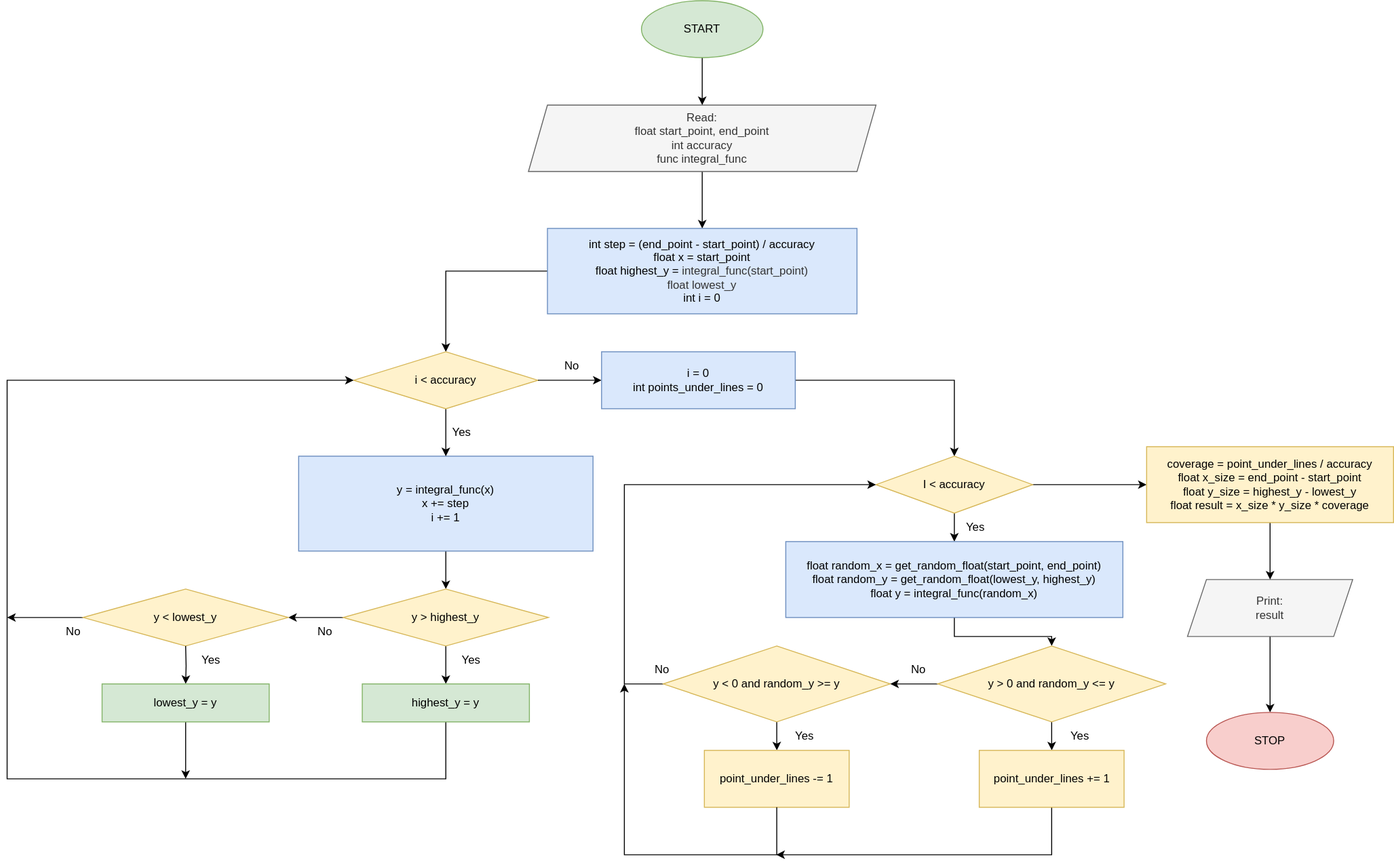
Above: monte_carlo.drawio.svg in Buczek05/Algorytmy_i_struktury_danych_projekt_1 (draw.io), before the change. Source tidied: cells renumbered, new cells last; positions are measured from the earlier drawing's top-left corner, leaving out a move shared by most shapes. Source of this version:
```xml
<mxGraphModel>
  <root>
    <mxCell id="0" />
    <mxCell id="1" parent="0" />
    <mxCell id="2" style="edgeStyle=orthogonalEdgeStyle;rounded=0;jettySize=auto;html=1;" parent="1" edge="1" source="3" target="5">
      <mxGeometry relative="1" as="geometry" />
    </mxCell>
    <mxCell id="3" value="Read:&lt;div&gt;float start_point, end_point&lt;/div&gt;&lt;div&gt;int accuracy&lt;/div&gt;&lt;div&gt;func integral_func&lt;/div&gt;" style="shape=parallelogram;perimeter=parallelogramPerimeter;whiteSpace=wrap;html=1;fixedSize=1;fillColor=#f5f5f5;fontColor=#333333;strokeColor=#666666;" parent="1" vertex="1">
      <mxGeometry x="549" y="110" width="366" height="70" as="geometry" />
    </mxCell>
    <mxCell id="4" style="edgeStyle=orthogonalEdgeStyle;rounded=0;jettySize=auto;html=1;" parent="1" edge="1" source="5" target="9">
      <mxGeometry relative="1" as="geometry" />
    </mxCell>
    <mxCell id="5" value="int step = (end_point - start_point) / accuracy&lt;div&gt;float x = start_point&lt;/div&gt;&lt;div&gt;float highest_y = &lt;span style=&quot;caret-color: rgb(51, 51, 51); color: rgb(51, 51, 51);&quot;&gt;integral_func(start_point)&lt;/span&gt;&lt;/div&gt;&lt;div&gt;&lt;span style=&quot;caret-color: rgb(51, 51, 51); color: rgb(51, 51, 51);&quot;&gt;float lowest_y&lt;/span&gt;&lt;/div&gt;&lt;div&gt;int i = 0&lt;/div&gt;" style="rounded=0;whiteSpace=wrap;html=1;fillColor=#dae8fc;strokeColor=#6c8ebf;" parent="1" vertex="1">
      <mxGeometry x="569" y="240" width="326" height="90" as="geometry" />
    </mxCell>
    <mxCell id="6" style="edgeStyle=orthogonalEdgeStyle;rounded=0;jettySize=auto;html=1;" parent="1" edge="1" source="7" target="19">
      <mxGeometry relative="1" as="geometry" />
    </mxCell>
    <mxCell id="7" value="y = integral_func(x)&lt;div&gt;&lt;div&gt;&lt;div&gt;x += step&lt;/div&gt;&lt;div&gt;i += 1&lt;/div&gt;&lt;/div&gt;&lt;/div&gt;" style="rounded=0;whiteSpace=wrap;html=1;fillColor=#dae8fc;strokeColor=#6c8ebf;" parent="1" vertex="1">
      <mxGeometry x="307" y="480" width="310" height="100" as="geometry" />
    </mxCell>
    <mxCell id="8" style="edgeStyle=orthogonalEdgeStyle;rounded=0;jettySize=auto;html=1;" parent="1" edge="1" source="9" target="7">
      <mxGeometry relative="1" as="geometry" />
    </mxCell>
    <mxCell id="9" value="i &amp;lt; accuracy" style="rhombus;whiteSpace=wrap;html=1;fillColor=#fff2cc;strokeColor=#d6b656;" parent="1" vertex="1">
      <mxGeometry x="365" y="370" width="194" height="60" as="geometry" />
    </mxCell>
    <mxCell id="10" value="Yes" style="text;html=1;align=center;verticalAlign=middle;whiteSpace=wrap;rounded=0;" parent="1" vertex="1">
      <mxGeometry x="449" y="440" width="60" height="30" as="geometry" />
    </mxCell>
    <mxCell id="11" style="edgeStyle=orthogonalEdgeStyle;rounded=0;jettySize=auto;html=1;" parent="1" edge="1" source="12" target="13">
      <mxGeometry relative="1" as="geometry" />
    </mxCell>
    <mxCell id="12" value="Print:&lt;div&gt;result&lt;/div&gt;" style="shape=parallelogram;perimeter=parallelogramPerimeter;whiteSpace=wrap;html=1;fixedSize=1;fillColor=#f5f5f5;fontColor=#333333;strokeColor=#666666;" parent="1" vertex="1">
      <mxGeometry x="1243" y="610" width="174" height="60" as="geometry" />
    </mxCell>
    <mxCell id="13" value="STOP" style="ellipse;whiteSpace=wrap;html=1;fillColor=#f8cecc;strokeColor=#b85450;" parent="1" vertex="1">
      <mxGeometry x="1263" y="750" width="134" height="60" as="geometry" />
    </mxCell>
    <mxCell id="14" value="No" style="text;html=1;align=center;verticalAlign=middle;whiteSpace=wrap;rounded=0;" parent="1" vertex="1">
      <mxGeometry x="565" y="370" width="60" height="30" as="geometry" />
    </mxCell>
    <mxCell id="15" style="edgeStyle=orthogonalEdgeStyle;rounded=0;jettySize=auto;html=1;" parent="1" edge="1" source="16" target="3">
      <mxGeometry relative="1" as="geometry" />
    </mxCell>
    <mxCell id="16" value="START" style="ellipse;whiteSpace=wrap;html=1;fillColor=#d5e8d4;strokeColor=#82b366;" parent="1" vertex="1">
      <mxGeometry x="668" width="128" height="60" as="geometry" />
    </mxCell>
    <mxCell id="17" style="edgeStyle=orthogonalEdgeStyle;rounded=0;jettySize=auto;html=1;" parent="1" edge="1" source="19" target="21">
      <mxGeometry relative="1" as="geometry" />
    </mxCell>
    <mxCell id="18" style="edgeStyle=orthogonalEdgeStyle;rounded=0;jettySize=auto;html=1;" parent="1" edge="1" source="19" target="25">
      <mxGeometry relative="1" as="geometry" />
    </mxCell>
    <mxCell id="19" value="y &amp;gt; highest_y" style="rhombus;whiteSpace=wrap;html=1;fillColor=#fff2cc;strokeColor=#d6b656;rounded=0;" parent="1" vertex="1">
      <mxGeometry x="354" y="620" width="216" height="60" as="geometry" />
    </mxCell>
    <mxCell id="20" style="edgeStyle=orthogonalEdgeStyle;rounded=0;jettySize=auto;html=1;exitX=0.5;exitY=1;exitDx=0;exitDy=0;entryX=0;entryY=0.5;entryDx=0;entryDy=0;" parent="1" edge="1" source="21" target="9">
      <mxGeometry relative="1" as="geometry">
        <Array as="points">
          <mxPoint x="462" y="820" />
          <mxPoint y="820" />
          <mxPoint y="400" />
        </Array>
      </mxGeometry>
    </mxCell>
    <mxCell id="21" value="highest_y = y" style="whiteSpace=wrap;html=1;fillColor=#d5e8d4;strokeColor=#82b366;rounded=0;" parent="1" vertex="1">
      <mxGeometry x="374" y="720" width="176" height="40" as="geometry" />
    </mxCell>
    <mxCell id="22" value="Yes" style="text;html=1;align=center;verticalAlign=middle;whiteSpace=wrap;rounded=0;" parent="1" vertex="1">
      <mxGeometry x="459" y="680" width="60" height="30" as="geometry" />
    </mxCell>
    <mxCell id="23" value="No" style="text;html=1;align=center;verticalAlign=middle;whiteSpace=wrap;rounded=0;" parent="1" vertex="1">
      <mxGeometry x="305" y="650" width="60" height="30" as="geometry" />
    </mxCell>
    <mxCell id="24" style="edgeStyle=orthogonalEdgeStyle;rounded=0;jettySize=auto;html=1;" parent="1" edge="1" source="25">
      <mxGeometry relative="1" as="geometry">
        <mxPoint y="650" as="targetPoint" />
      </mxGeometry>
    </mxCell>
    <mxCell id="25" value="y &amp;lt; lowest_y" style="rhombus;whiteSpace=wrap;html=1;fillColor=#fff2cc;strokeColor=#d6b656;rounded=0;" parent="1" vertex="1">
      <mxGeometry x="80" y="620" width="216" height="60" as="geometry" />
    </mxCell>
    <mxCell id="26" style="edgeStyle=orthogonalEdgeStyle;rounded=0;jettySize=auto;html=1;" parent="1" edge="1" target="28">
      <mxGeometry relative="1" as="geometry">
        <mxPoint x="188" y="680" as="sourcePoint" />
      </mxGeometry>
    </mxCell>
    <mxCell id="27" style="edgeStyle=orthogonalEdgeStyle;rounded=0;jettySize=auto;html=1;" parent="1" edge="1" source="28">
      <mxGeometry relative="1" as="geometry">
        <mxPoint x="188" y="820" as="targetPoint" />
      </mxGeometry>
    </mxCell>
    <mxCell id="28" value="lowest_y = y" style="whiteSpace=wrap;html=1;fillColor=#d5e8d4;strokeColor=#82b366;rounded=0;" parent="1" vertex="1">
      <mxGeometry x="100" y="720" width="176" height="40" as="geometry" />
    </mxCell>
    <mxCell id="29" value="Yes" style="text;html=1;align=center;verticalAlign=middle;whiteSpace=wrap;rounded=0;" parent="1" vertex="1">
      <mxGeometry x="185" y="680" width="60" height="30" as="geometry" />
    </mxCell>
    <mxCell id="30" value="No" style="text;html=1;align=center;verticalAlign=middle;whiteSpace=wrap;rounded=0;" parent="1" vertex="1">
      <mxGeometry x="40" y="650" width="60" height="30" as="geometry" />
    </mxCell>
    <mxCell id="31" style="edgeStyle=orthogonalEdgeStyle;rounded=0;jettySize=auto;html=1;" parent="1" edge="1" source="9" target="33">
      <mxGeometry relative="1" as="geometry" />
    </mxCell>
    <mxCell id="32" style="edgeStyle=orthogonalEdgeStyle;rounded=0;jettySize=auto;html=1;" parent="1" edge="1" source="33" target="36">
      <mxGeometry relative="1" as="geometry" />
    </mxCell>
    <mxCell id="33" value="i = 0&lt;div&gt;int points_under_lines = 0&lt;/div&gt;" style="rounded=0;whiteSpace=wrap;html=1;fillColor=#dae8fc;strokeColor=#6c8ebf;" parent="1" vertex="1">
      <mxGeometry x="626" y="370" width="204" height="60" as="geometry" />
    </mxCell>
    <mxCell id="34" style="edgeStyle=orthogonalEdgeStyle;rounded=0;jettySize=auto;html=1;" parent="1" edge="1" source="36" target="38">
      <mxGeometry relative="1" as="geometry" />
    </mxCell>
    <mxCell id="35" style="edgeStyle=orthogonalEdgeStyle;rounded=0;jettySize=auto;html=1;" parent="1" edge="1" source="36" target="55">
      <mxGeometry relative="1" as="geometry" />
    </mxCell>
    <mxCell id="36" value="I &amp;lt; accuracy" style="rhombus;whiteSpace=wrap;html=1;rounded=0;fillColor=#fff2cc;strokeColor=#d6b656;" parent="1" vertex="1">
      <mxGeometry x="915" y="480" width="165" height="60" as="geometry" />
    </mxCell>
    <mxCell id="37" style="edgeStyle=orthogonalEdgeStyle;rounded=0;jettySize=auto;html=1;entryX=0.5;entryY=0;entryDx=0;entryDy=0;" parent="1" edge="1" source="38" target="45">
      <mxGeometry relative="1" as="geometry" />
    </mxCell>
    <mxCell id="38" value="float random_x = get_random_float(start_point, end_point)&lt;div&gt;float random_y = get_random_float(lowest_y, highest_y)&lt;/div&gt;&lt;div&gt;float y = integral_func(random_x)&lt;/div&gt;" style="whiteSpace=wrap;html=1;fillColor=#dae8fc;strokeColor=#6c8ebf;rounded=0;" parent="1" vertex="1">
      <mxGeometry x="820" y="570" width="355" height="80" as="geometry" />
    </mxCell>
    <mxCell id="39" style="edgeStyle=orthogonalEdgeStyle;rounded=0;jettySize=auto;html=1;" parent="1" edge="1" source="41" target="42">
      <mxGeometry relative="1" as="geometry" />
    </mxCell>
    <mxCell id="40" style="edgeStyle=orthogonalEdgeStyle;rounded=0;jettySize=auto;html=1;exitX=0;exitY=0.5;exitDx=0;exitDy=0;entryX=0;entryY=0.5;entryDx=0;entryDy=0;" parent="1" edge="1" source="41" target="36">
      <mxGeometry relative="1" as="geometry">
        <Array as="points">
          <mxPoint x="650" y="720" />
          <mxPoint x="650" y="510" />
        </Array>
      </mxGeometry>
    </mxCell>
    <mxCell id="41" value="y &amp;lt; 0 and random_y &amp;gt;= y" style="rhombus;whiteSpace=wrap;html=1;fillColor=#fff2cc;strokeColor=#d6b656;rounded=0;" parent="1" vertex="1">
      <mxGeometry x="691" y="680" width="239" height="80" as="geometry" />
    </mxCell>
    <mxCell id="42" value="point_under_lines -= 1" style="whiteSpace=wrap;html=1;fillColor=#fff2cc;strokeColor=#d6b656;rounded=0;" parent="1" vertex="1">
      <mxGeometry x="734.2" y="790" width="152.5" height="60" as="geometry" />
    </mxCell>
    <mxCell id="43" style="edgeStyle=orthogonalEdgeStyle;rounded=0;jettySize=auto;html=1;" parent="1" edge="1" source="45" target="47">
      <mxGeometry relative="1" as="geometry" />
    </mxCell>
    <mxCell id="44" style="edgeStyle=orthogonalEdgeStyle;rounded=0;jettySize=auto;html=1;" parent="1" edge="1" source="45" target="41">
      <mxGeometry relative="1" as="geometry" />
    </mxCell>
    <mxCell id="45" value="y &amp;gt; 0 and random_y &amp;lt;= y" style="rhombus;whiteSpace=wrap;html=1;fillColor=#fff2cc;strokeColor=#d6b656;rounded=0;" parent="1" vertex="1">
      <mxGeometry x="980" y="680" width="240" height="80" as="geometry" />
    </mxCell>
    <mxCell id="46" style="edgeStyle=orthogonalEdgeStyle;rounded=0;jettySize=auto;html=1;exitX=0.5;exitY=1;exitDx=0;exitDy=0;" parent="1" edge="1" source="47">
      <mxGeometry relative="1" as="geometry">
        <mxPoint x="810" y="900" as="targetPoint" />
        <Array as="points">
          <mxPoint x="1100" y="900" />
        </Array>
      </mxGeometry>
    </mxCell>
    <mxCell id="47" value="point_under_lines += 1" style="whiteSpace=wrap;html=1;fillColor=#fff2cc;strokeColor=#d6b656;rounded=0;" parent="1" vertex="1">
      <mxGeometry x="1023.8" y="790" width="152.5" height="60" as="geometry" />
    </mxCell>
    <mxCell id="48" value="Yes" style="text;html=1;align=center;verticalAlign=middle;whiteSpace=wrap;rounded=0;" parent="1" vertex="1">
      <mxGeometry x="810" y="760" width="60" height="30" as="geometry" />
    </mxCell>
    <mxCell id="49" value="Yes" style="text;html=1;align=center;verticalAlign=middle;whiteSpace=wrap;rounded=0;" parent="1" vertex="1">
      <mxGeometry x="1100" y="760" width="60" height="30" as="geometry" />
    </mxCell>
    <mxCell id="50" value="No" style="text;html=1;align=center;verticalAlign=middle;whiteSpace=wrap;rounded=0;" parent="1" vertex="1">
      <mxGeometry x="930" y="690" width="60" height="30" as="geometry" />
    </mxCell>
    <mxCell id="51" value="No" style="text;html=1;align=center;verticalAlign=middle;whiteSpace=wrap;rounded=0;" parent="1" vertex="1">
      <mxGeometry x="660" y="690" width="60" height="30" as="geometry" />
    </mxCell>
    <mxCell id="52" style="edgeStyle=orthogonalEdgeStyle;rounded=0;jettySize=auto;html=1;exitX=0.5;exitY=1;exitDx=0;exitDy=0;" parent="1" edge="1" source="42">
      <mxGeometry relative="1" as="geometry">
        <mxPoint x="650" y="720" as="targetPoint" />
        <Array as="points">
          <mxPoint x="811" y="900" />
          <mxPoint x="650" y="900" />
        </Array>
      </mxGeometry>
    </mxCell>
    <mxCell id="53" value="Yes" style="text;html=1;align=center;verticalAlign=middle;whiteSpace=wrap;rounded=0;" parent="1" vertex="1">
      <mxGeometry x="990" y="540" width="60" height="30" as="geometry" />
    </mxCell>
    <mxCell id="54" style="edgeStyle=orthogonalEdgeStyle;rounded=0;jettySize=auto;html=1;" parent="1" edge="1" source="55" target="12">
      <mxGeometry relative="1" as="geometry" />
    </mxCell>
    <mxCell id="55" value="coverage = point_under_lines / accuracy&lt;div&gt;float x_size = end_point - start_point&lt;/div&gt;&lt;div&gt;float y_size = highest_y - lowest_y&lt;/div&gt;&lt;div&gt;float result = x_size * y_size * coverage&lt;/div&gt;" style="whiteSpace=wrap;html=1;fillColor=#fff2cc;strokeColor=#d6b656;rounded=0;" parent="1" vertex="1">
      <mxGeometry x="1200" y="470" width="260" height="80" as="geometry" />
    </mxCell>
  </root>
</mxGraphModel>
```
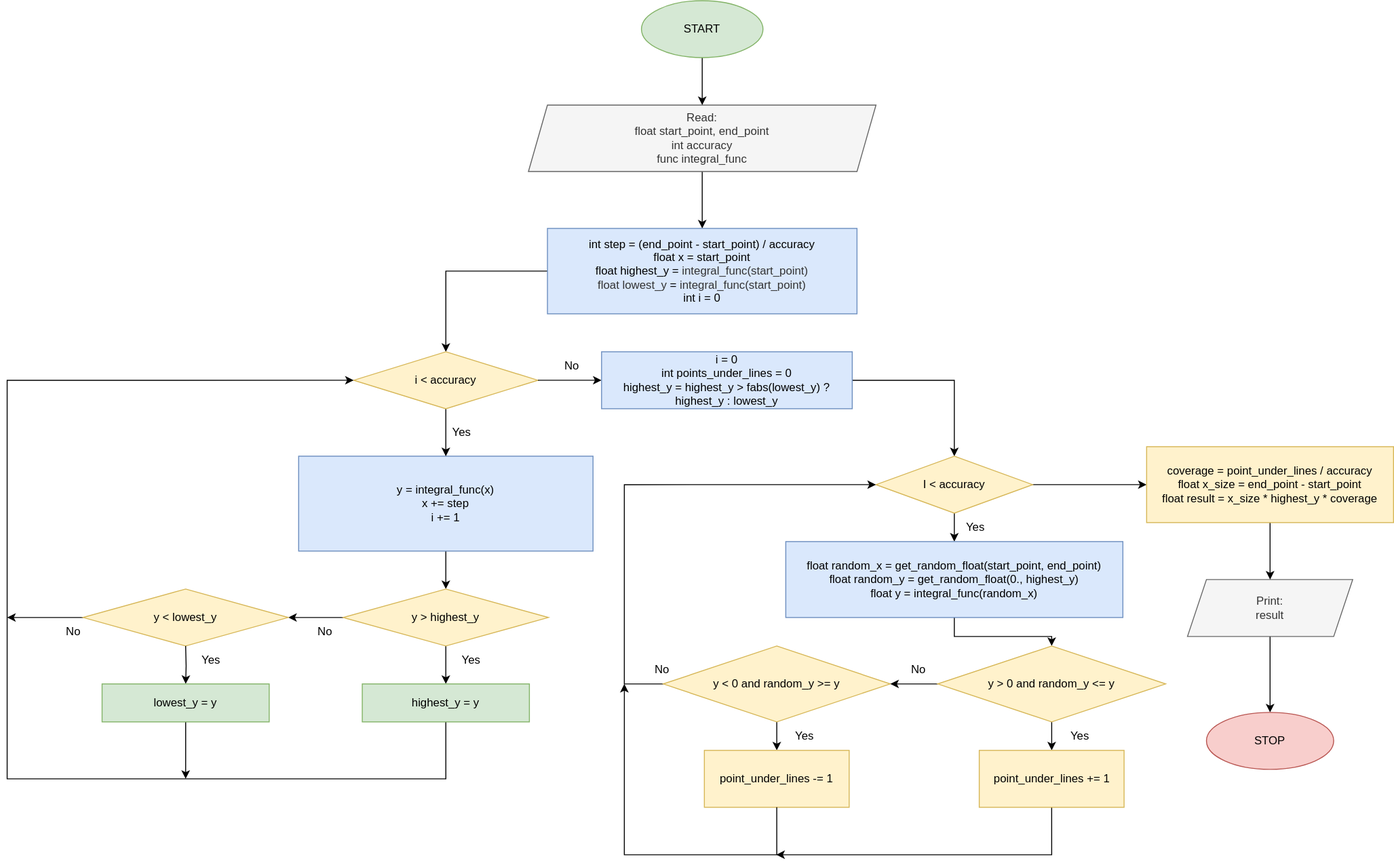
After the change.

Commit message:
fix Monte Carlo diagram.drawio.svg

Diff of the diagram source:
```diff
@@ -11,7 +11,7 @@
     <mxCell id="4" style="edgeStyle=orthogonalEdgeStyle;rounded=0;jettySize=auto;html=1;" parent="1" edge="1" source="5" target="9">
       <mxGeometry relative="1" as="geometry" />
     </mxCell>
-    <mxCell id="5" value="int step = (end_point - start_point) / accuracy&lt;div&gt;float x = start_point&lt;/div&gt;&lt;div&gt;float highest_y = &lt;span style=&quot;caret-color: rgb(51, 51, 51); color: rgb(51, 51, 51);&quot;&gt;integral_func(start_point)&lt;/span&gt;&lt;/div&gt;&lt;div&gt;&lt;span style=&quot;caret-color: rgb(51, 51, 51); color: rgb(51, 51, 51);&quot;&gt;float lowest_y&lt;/span&gt;&lt;/div&gt;&lt;div&gt;int i = 0&lt;/div&gt;" style="rounded=0;whiteSpace=wrap;html=1;fillColor=#dae8fc;strokeColor=#6c8ebf;" parent="1" vertex="1">
+    <mxCell id="5" value="int step = (end_point - start_point) / accuracy&lt;div&gt;float x = start_point&lt;/div&gt;&lt;div&gt;float highest_y = &lt;span style=&quot;caret-color: rgb(51, 51, 51); color: rgb(51, 51, 51);&quot;&gt;integral_func(start_point)&lt;/span&gt;&lt;/div&gt;&lt;div&gt;&lt;span style=&quot;caret-color: rgb(51, 51, 51); color: rgb(51, 51, 51);&quot;&gt;float lowest_y&amp;nbsp;&lt;/span&gt;=&amp;nbsp;&lt;span style=&quot;caret-color: rgb(51, 51, 51); color: rgb(51, 51, 51);&quot;&gt;integral_func(start_point)&lt;/span&gt;&lt;/div&gt;&lt;div&gt;int i = 0&lt;/div&gt;" style="rounded=0;whiteSpace=wrap;html=1;fillColor=#dae8fc;strokeColor=#6c8ebf;" parent="1" vertex="1">
       <mxGeometry x="569" y="240" width="326" height="90" as="geometry" />
     </mxCell>
     <mxCell id="6" style="edgeStyle=orthogonalEdgeStyle;rounded=0;jettySize=auto;html=1;" parent="1" edge="1" source="7" target="19">
@@ -107,8 +107,8 @@
     <mxCell id="32" style="edgeStyle=orthogonalEdgeStyle;rounded=0;jettySize=auto;html=1;" parent="1" edge="1" source="33" target="36">
       <mxGeometry relative="1" as="geometry" />
     </mxCell>
-    <mxCell id="33" value="i = 0&lt;div&gt;int points_under_lines = 0&lt;/div&gt;" style="rounded=0;whiteSpace=wrap;html=1;fillColor=#dae8fc;strokeColor=#6c8ebf;" parent="1" vertex="1">
-      <mxGeometry x="626" y="370" width="204" height="60" as="geometry" />
+    <mxCell id="33" value="i = 0&lt;div&gt;int points_under_lines = 0&lt;/div&gt;&lt;div&gt;highest_y = highest_y &amp;gt; fabs(lowest_y) ? highest_y : lowest_y&lt;/div&gt;" style="rounded=0;whiteSpace=wrap;html=1;fillColor=#dae8fc;strokeColor=#6c8ebf;" parent="1" vertex="1">
+      <mxGeometry x="626" y="370" width="264" height="60" as="geometry" />
     </mxCell>
     <mxCell id="34" style="edgeStyle=orthogonalEdgeStyle;rounded=0;jettySize=auto;html=1;" parent="1" edge="1" source="36" target="38">
       <mxGeometry relative="1" as="geometry" />
@@ -122,7 +122,7 @@
     <mxCell id="37" style="edgeStyle=orthogonalEdgeStyle;rounded=0;jettySize=auto;html=1;entryX=0.5;entryY=0;entryDx=0;entryDy=0;" parent="1" edge="1" source="38" target="45">
       <mxGeometry relative="1" as="geometry" />
     </mxCell>
-    <mxCell id="38" value="float random_x = get_random_float(start_point, end_point)&lt;div&gt;float random_y = get_random_float(lowest_y, highest_y)&lt;/div&gt;&lt;div&gt;float y = integral_func(random_x)&lt;/div&gt;" style="whiteSpace=wrap;html=1;fillColor=#dae8fc;strokeColor=#6c8ebf;rounded=0;" parent="1" vertex="1">
+    <mxCell id="38" value="float random_x = get_random_float(start_point, end_point)&lt;div&gt;float random_y = get_random_float(0., highest_y)&lt;/div&gt;&lt;div&gt;float y = integral_func(random_x)&lt;/div&gt;" style="whiteSpace=wrap;html=1;fillColor=#dae8fc;strokeColor=#6c8ebf;rounded=0;" parent="1" vertex="1">
       <mxGeometry x="820" y="570" width="355" height="80" as="geometry" />
     </mxCell>
     <mxCell id="39" style="edgeStyle=orthogonalEdgeStyle;rounded=0;jettySize=auto;html=1;" parent="1" edge="1" source="41" target="42">
@@ -189,7 +189,7 @@
     <mxCell id="54" style="edgeStyle=orthogonalEdgeStyle;rounded=0;jettySize=auto;html=1;" parent="1" edge="1" source="55" target="12">
       <mxGeometry relative="1" as="geometry" />
     </mxCell>
-    <mxCell id="55" value="coverage = point_under_lines / accuracy&lt;div&gt;float x_size = end_point - start_point&lt;/div&gt;&lt;div&gt;float y_size = highest_y - lowest_y&lt;/div&gt;&lt;div&gt;float result = x_size * y_size * coverage&lt;/div&gt;" style="whiteSpace=wrap;html=1;fillColor=#fff2cc;strokeColor=#d6b656;rounded=0;" parent="1" vertex="1">
+    <mxCell id="55" value="coverage = point_under_lines / accuracy&lt;div&gt;float x_size = end_point - start_point&lt;/div&gt;&lt;div&gt;float result = x_size * highest_y&amp;nbsp;* coverage&lt;/div&gt;" style="whiteSpace=wrap;html=1;fillColor=#fff2cc;strokeColor=#d6b656;rounded=0;" parent="1" vertex="1">
       <mxGeometry x="1200" y="470" width="260" height="80" as="geometry" />
     </mxCell>
   </root>
```
